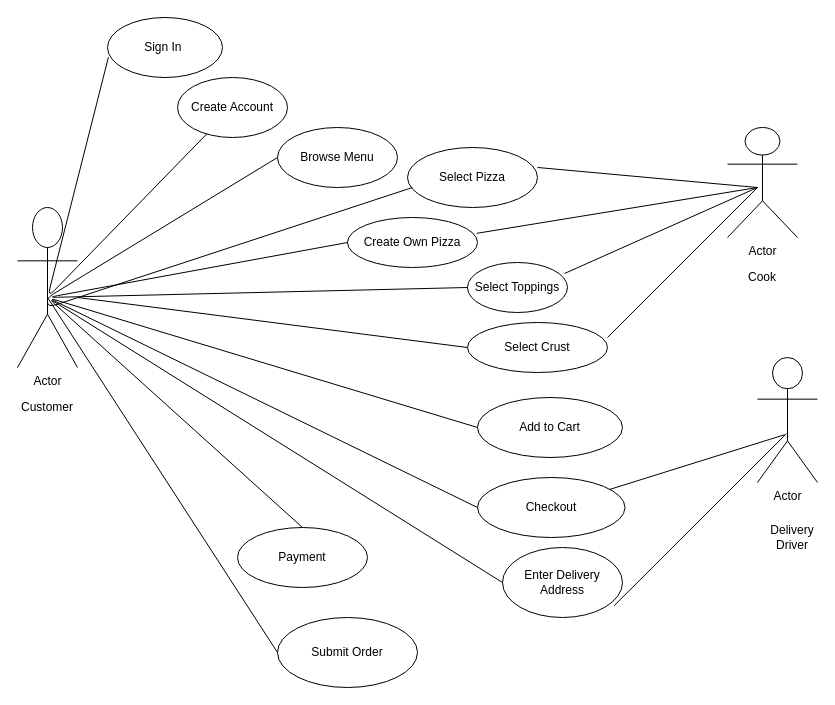
Smichelle38/Hello-world keeps this draw.io diagram as Untitled Diagram.drawio. Above is the earlier version. Source tidied: cells renumbered, new cells numbered last; positions are measured from the earlier drawing's top-left corner, leaving out a move shared by most shapes. Both pictures are drawn from the tidied source at 100%, with x=0, y=0 at pixel (17, 17).
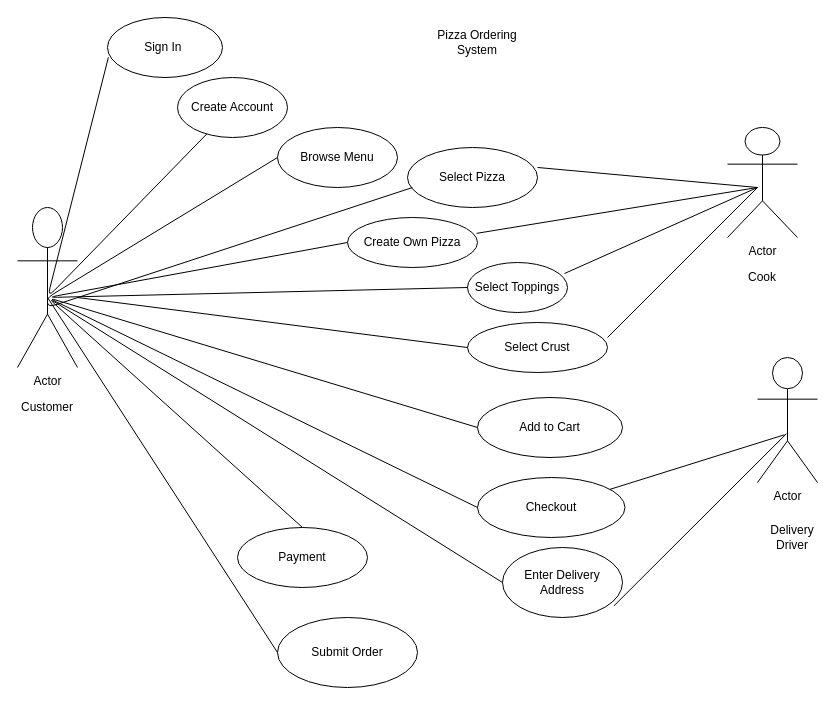
The same page after the edit.

The edit, as a diff of the source:
```diff
@@
+    <mxCell id="33" value="Pizza Ordering System" style="text;html=1;strokeColor=none;fillColor=none;align=center;verticalAlign=middle;whiteSpace=wrap;rounded=0;" parent="1" vertex="1">
+      <mxGeometry x="400" y="10" width="120" height="30" as="geometry" />
+    </mxCell>
```
